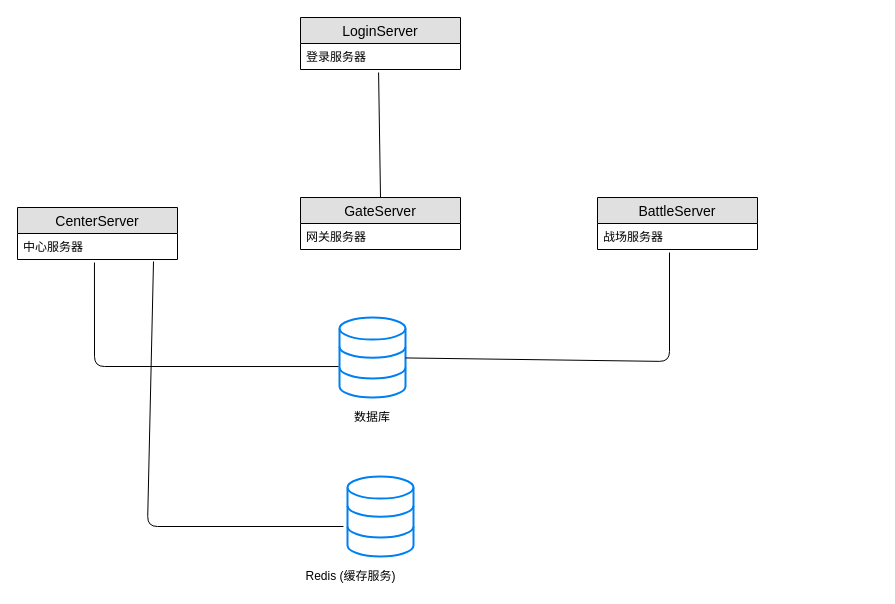
Before: page "第 2 页" (2 of 3) of doc/develop.drawio in coding2233/wanderer, a draw.io diagram. Source tidied: cells renumbered, new cells numbered last; positions are measured from the earlier drawing's top-left corner, leaving out a move shared by most shapes. Both pictures are drawn from the tidied source at 100%, with x=0, y=0 at pixel (17, 17).
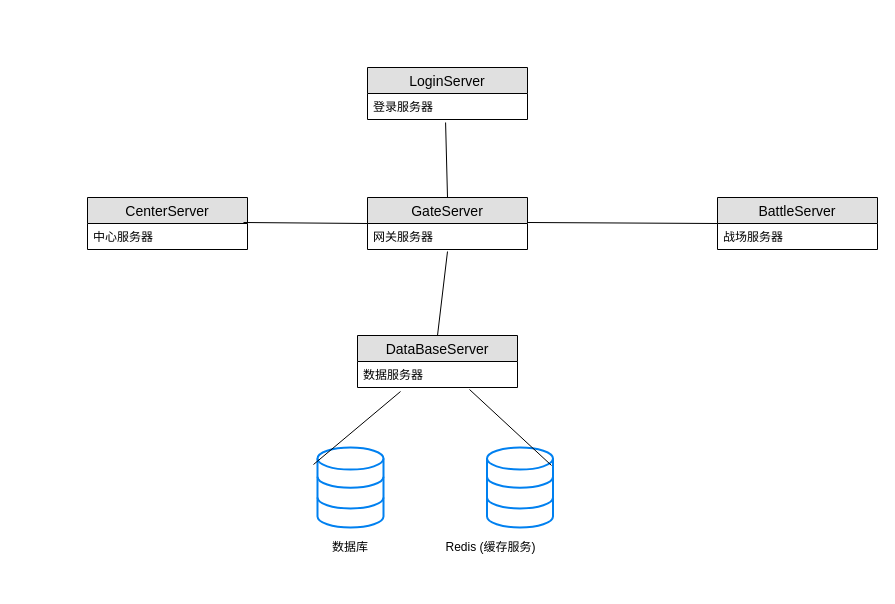
Above is the later version.

The change refers to these unchanged cells:
```xml
<mxCell id="5" value="网关服务器" style="text;strokeColor=none;fillColor=none;spacingLeft=4;spacingRight=4;overflow=hidden;points=[[0,0.5],[1,0.5]];portConstraint=eastwest;fontSize=12;" parent="4" vertex="1">
  <mxGeometry y="26" width="160" height="26" as="geometry" />
</mxCell>
<mxCell id="7" value="战场服务器" style="text;strokeColor=none;fillColor=none;spacingLeft=4;spacingRight=4;overflow=hidden;points=[[0,0.5],[1,0.5]];portConstraint=eastwest;fontSize=12;" parent="6" vertex="1">
  <mxGeometry y="26" width="160" height="26" as="geometry" />
</mxCell>
<mxCell id="9" value="中心服务器" style="text;strokeColor=none;fillColor=none;spacingLeft=4;spacingRight=4;overflow=hidden;points=[[0,0.5],[1,0.5]];portConstraint=eastwest;fontSize=12;" parent="8" vertex="1">
  <mxGeometry y="26" width="160" height="26" as="geometry" />
</mxCell>
<mxCell id="12" style="html=1;verticalLabelPosition=bottom;align=center;labelBackgroundColor=#ffffff;verticalAlign=top;strokeWidth=2;strokeColor=#0080F0;shadow=0;dashed=0;shape=mxgraph.ios7.icons.data;" parent="11" vertex="1">
  <mxGeometry width="66" height="80" as="geometry" />
</mxCell>
<mxCell id="15" style="html=1;verticalLabelPosition=bottom;align=center;labelBackgroundColor=#ffffff;verticalAlign=top;strokeWidth=2;strokeColor=#0080F0;shadow=0;dashed=0;shape=mxgraph.ios7.icons.data;" parent="14" vertex="1">
  <mxGeometry x="29.5" width="66" height="80" as="geometry" />
</mxCell>
```

Change to the diagram source:
```diff
@@
     <mxCell id="2" value="LoginServer" style="swimlane;fontStyle=0;horizontal=1;startSize=26;fillColor=#e0e0e0;swimlaneFillColor=#ffffff;align=center;fontSize=14;" parent="1" vertex="1">
-      <mxGeometry x="283" width="160" height="52" as="geometry" />
+      <mxGeometry x="350" y="50" width="160" height="52" as="geometry" />
     </mxCell>
@@
     <mxCell id="4" value="GateServer" style="swimlane;fontStyle=0;horizontal=1;startSize=26;fillColor=#e0e0e0;swimlaneFillColor=#ffffff;align=center;fontSize=14;" parent="1" vertex="1">
-      <mxGeometry x="283" y="180" width="160" height="52" as="geometry" />
+      <mxGeometry x="350" y="180" width="160" height="52" as="geometry" />
     </mxCell>
@@
     <mxCell id="6" value="BattleServer" style="swimlane;fontStyle=0;horizontal=1;startSize=26;fillColor=#e0e0e0;swimlaneFillColor=#ffffff;align=center;fontSize=14;" parent="1" vertex="1">
-      <mxGeometry x="580" y="180" width="160" height="52" as="geometry" />
+      <mxGeometry x="700" y="180" width="160" height="52" as="geometry" />
     </mxCell>
@@
     <mxCell id="8" value="CenterServer" style="swimlane;fontStyle=0;horizontal=1;startSize=26;fillColor=#e0e0e0;swimlaneFillColor=#ffffff;align=center;fontSize=14;" parent="1" vertex="1">
-      <mxGeometry y="190" width="160" height="52" as="geometry" />
+      <mxGeometry x="70" y="180" width="160" height="52" as="geometry" />
     </mxCell>
@@
     <mxCell id="11" style="group;" parent="1" vertex="1">
-      <mxGeometry x="322" y="300" width="66" height="110" as="geometry" />
+      <mxGeometry x="300" y="430" width="66" height="110" as="geometry" />
     </mxCell>
@@
     <mxCell id="14" style="group;" parent="1" vertex="1">
-      <mxGeometry x="300.5" y="459" width="120" height="110" as="geometry" />
+      <mxGeometry x="440" y="430" width="120" height="110" as="geometry" />
     </mxCell>
@@
-    <mxCell id="17" style="endArrow=none;html=1;entryX=0.45;entryY=1.115;entryDx=0;entryDy=0;entryPerimeter=0;" parent="1" edge="1" source="12" target="7">
-      <mxGeometry relative="1" as="geometry">
-        <Array as="points">
-          <mxPoint x="652" y="344" />
-        </Array>
-      </mxGeometry>
-    </mxCell>
-    <mxCell id="18" style="endArrow=none;html=1;entryX=0.481;entryY=1.115;entryDx=0;entryDy=0;entryPerimeter=0;exitX=-0.015;exitY=0.613;exitDx=0;exitDy=0;exitPerimeter=0;" parent="1" edge="1" source="12" target="9">
-      <mxGeometry relative="1" as="geometry">
-        <Array as="points">
-          <mxPoint x="77" y="349" />
-        </Array>
-      </mxGeometry>
-    </mxCell>
-    <mxCell id="19" style="endArrow=none;html=1;entryX=0.85;entryY=1.077;entryDx=0;entryDy=0;entryPerimeter=0;exitX=-0.061;exitY=0.625;exitDx=0;exitDy=0;exitPerimeter=0;" parent="1" edge="1" source="15" target="9">
-      <mxGeometry relative="1" as="geometry">
-        <Array as="points">
-          <mxPoint x="130" y="509" />
-        </Array>
-      </mxGeometry>
-    </mxCell>
+    <mxCell id="20" value="DataBaseServer" style="swimlane;fontStyle=0;horizontal=1;startSize=26;fillColor=#e0e0e0;swimlaneFillColor=#ffffff;align=center;fontSize=14;" parent="1" vertex="1">
+      <mxGeometry x="340" y="318" width="160" height="52" as="geometry" />
+    </mxCell>
+    <mxCell id="21" value="数据服务器" style="text;strokeColor=none;fillColor=none;spacingLeft=4;spacingRight=4;overflow=hidden;points=[[0,0.5],[1,0.5]];portConstraint=eastwest;fontSize=12;" parent="20" vertex="1">
+      <mxGeometry y="26" width="160" height="26" as="geometry" />
+    </mxCell>
+    <mxCell id="22" style="endArrow=none;html=1;exitX=0.975;exitY=-0.038;exitDx=0;exitDy=0;exitPerimeter=0;entryX=0;entryY=0.5;entryDx=0;entryDy=0;" parent="1" edge="1" source="9" target="4">
+      <mxGeometry relative="1" as="geometry" />
+    </mxCell>
+    <mxCell id="23" style="endArrow=none;html=1;exitX=1;exitY=-0.038;exitDx=0;exitDy=0;exitPerimeter=0;entryX=0;entryY=0.5;entryDx=0;entryDy=0;" parent="1" edge="1" source="5" target="6">
+      <mxGeometry relative="1" as="geometry" />
+    </mxCell>
+    <mxCell id="24" style="endArrow=none;html=1;entryX=0.5;entryY=1.077;entryDx=0;entryDy=0;entryPerimeter=0;exitX=0.5;exitY=0;exitDx=0;exitDy=0;" parent="1" edge="1" source="20" target="5">
+      <mxGeometry relative="1" as="geometry" />
+    </mxCell>
+    <mxCell id="25" style="endArrow=none;html=1;entryX=0.7;entryY=1.077;entryDx=0;entryDy=0;entryPerimeter=0;exitX=0.978;exitY=0.225;exitDx=0;exitDy=0;exitPerimeter=0;" parent="1" edge="1" source="15" target="21">
+      <mxGeometry relative="1" as="geometry" />
+    </mxCell>
+    <mxCell id="26" style="endArrow=none;html=1;entryX=0.269;entryY=1.154;entryDx=0;entryDy=0;entryPerimeter=0;exitX=-0.061;exitY=0.213;exitDx=0;exitDy=0;exitPerimeter=0;" parent="1" edge="1" source="12" target="21">
+      <mxGeometry relative="1" as="geometry" />
+    </mxCell>
```
